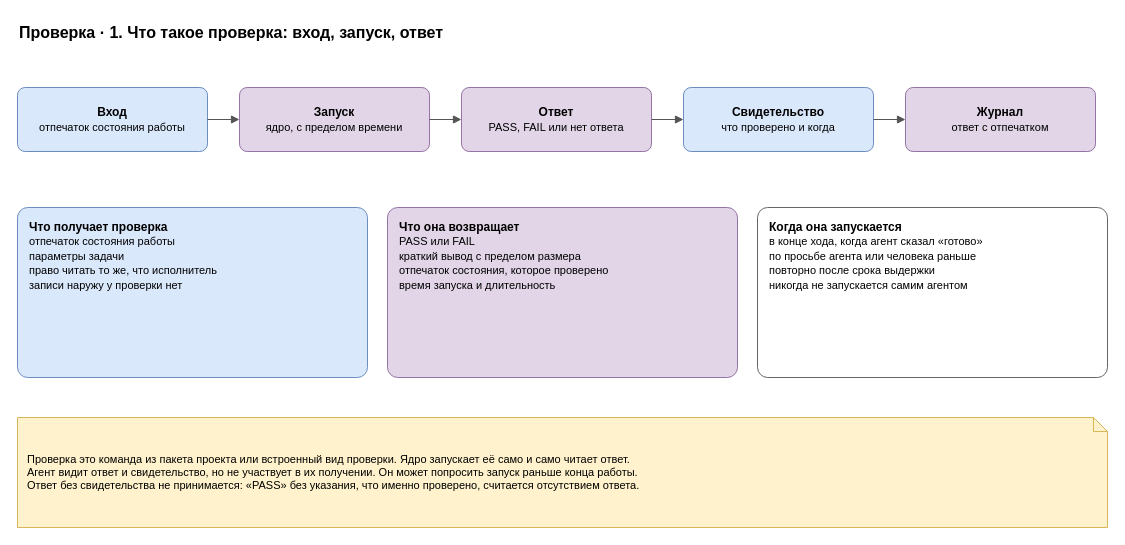
Earlier version of the draw.io diagram page "1. Запуск и ответ" (1 of 5) of docs/spec/harness-check.drawio (roygkov/reins). Source tidied: cells renumbered, new cells numbered last; positions are measured from the earlier drawing's top-left corner, leaving out a move shared by most shapes. Both pictures are drawn from the tidied source at 100%, with x=0, y=0 at pixel (17, 17).
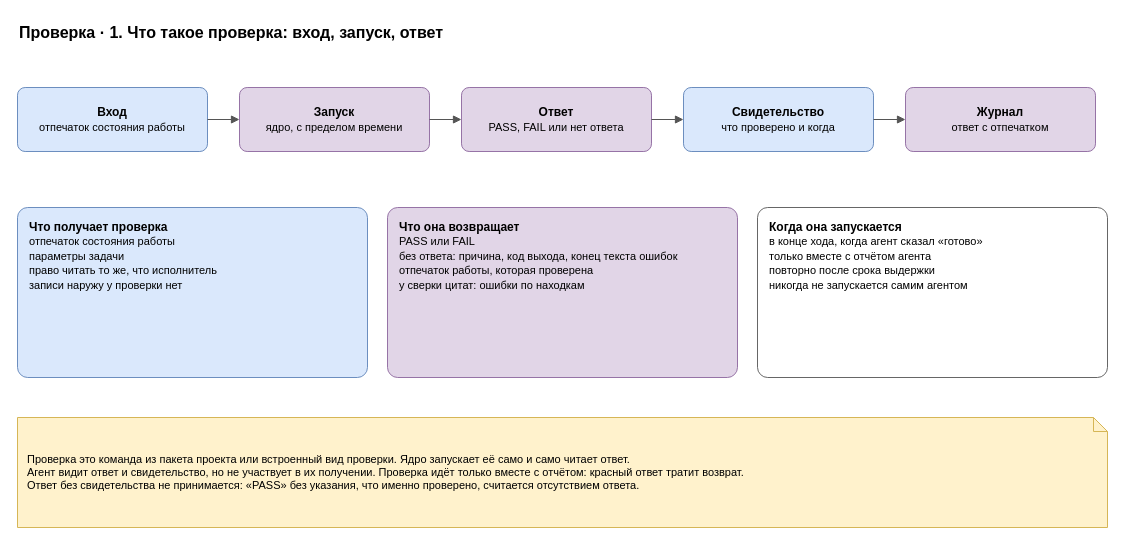
After the change.

The edit, as a diff of the source:
```diff
@@
 <mxGraphModel>
   <root>
     <mxCell id="0" />
     <mxCell id="1" parent="0" />
     <mxCell id="2" value="Проверка · 1. Что такое проверка: вход, запуск, ответ" style="text;html=1;align=left;verticalAlign=middle;whiteSpace=wrap;fontSize=16;strokeColor=none;fillColor=none;fontStyle=1;" parent="1" vertex="1">
       <mxGeometry width="900" height="30" as="geometry" />
     </mxCell>
     <mxCell id="3" value="&lt;b&gt;Вход&lt;/b&gt;&lt;br&gt;&lt;font style=&quot;font-size:11px&quot;&gt;отпечаток состояния работы&lt;/font&gt;" style="rounded=1;whiteSpace=wrap;html=1;fillColor=#dae8fc;strokeColor=#6c8ebf;arcSize=12;" parent="1" vertex="1">
       <mxGeometry y="70" width="190" height="64" as="geometry" />
     </mxCell>
     <mxCell id="4" value="&lt;b&gt;Запуск&lt;/b&gt;&lt;br&gt;&lt;font style=&quot;font-size:11px&quot;&gt;ядро, с пределом времени&lt;/font&gt;" style="rounded=1;whiteSpace=wrap;html=1;fillColor=#e1d5e7;strokeColor=#9673a6;arcSize=12;" parent="1" vertex="1">
       <mxGeometry x="222" y="70" width="190" height="64" as="geometry" />
     </mxCell>
     <mxCell id="5" style="edgeStyle=orthogonalEdgeStyle;rounded=0;html=1;endArrow=block;endFill=1;strokeColor=#555555;fontSize=11;labelBackgroundColor=#ffffff;" parent="1" edge="1" source="3" target="4">
       <mxGeometry relative="1" as="geometry" />
     </mxCell>
     <mxCell id="6" value="&lt;b&gt;Ответ&lt;/b&gt;&lt;br&gt;&lt;font style=&quot;font-size:11px&quot;&gt;PASS, FAIL или нет ответа&lt;/font&gt;" style="rounded=1;whiteSpace=wrap;html=1;fillColor=#e1d5e7;strokeColor=#9673a6;arcSize=12;" parent="1" vertex="1">
       <mxGeometry x="444" y="70" width="190" height="64" as="geometry" />
     </mxCell>
     <mxCell id="7" style="edgeStyle=orthogonalEdgeStyle;rounded=0;html=1;endArrow=block;endFill=1;strokeColor=#555555;fontSize=11;labelBackgroundColor=#ffffff;" parent="1" edge="1" source="4" target="6">
       <mxGeometry relative="1" as="geometry" />
     </mxCell>
     <mxCell id="8" value="&lt;b&gt;Свидетельство&lt;/b&gt;&lt;br&gt;&lt;font style=&quot;font-size:11px&quot;&gt;что проверено и когда&lt;/font&gt;" style="rounded=1;whiteSpace=wrap;html=1;fillColor=#dae8fc;strokeColor=#6c8ebf;arcSize=12;" parent="1" vertex="1">
       <mxGeometry x="666" y="70" width="190" height="64" as="geometry" />
     </mxCell>
     <mxCell id="9" style="edgeStyle=orthogonalEdgeStyle;rounded=0;html=1;endArrow=block;endFill=1;strokeColor=#555555;fontSize=11;labelBackgroundColor=#ffffff;" parent="1" edge="1" source="6" target="8">
       <mxGeometry relative="1" as="geometry" />
     </mxCell>
     <mxCell id="10" value="&lt;b&gt;Журнал&lt;/b&gt;&lt;br&gt;&lt;font style=&quot;font-size:11px&quot;&gt;ответ с отпечатком&lt;/font&gt;" style="rounded=1;whiteSpace=wrap;html=1;fillColor=#e1d5e7;strokeColor=#9673a6;arcSize=12;" parent="1" vertex="1">
       <mxGeometry x="888" y="70" width="190" height="64" as="geometry" />
     </mxCell>
     <mxCell id="11" style="edgeStyle=orthogonalEdgeStyle;rounded=0;html=1;endArrow=block;endFill=1;strokeColor=#555555;fontSize=11;labelBackgroundColor=#ffffff;" parent="1" edge="1" source="8" target="10">
       <mxGeometry relative="1" as="geometry" />
     </mxCell>
     <mxCell id="12" value="&lt;b&gt;Что получает проверка&lt;/b&gt;&lt;br&gt;&lt;font style=&quot;font-size:11px&quot;&gt;отпечаток состояния работы&lt;br&gt;параметры задачи&lt;br&gt;право читать то же, что исполнитель&lt;br&gt;записи наружу у проверки нет&lt;/font&gt;" style="rounded=1;whiteSpace=wrap;html=1;fillColor=#dae8fc;strokeColor=#6c8ebf;arcSize=6;align=left;verticalAlign=top;spacingLeft=10;spacingTop=6;spacingRight=6;" parent="1" vertex="1">
       <mxGeometry y="190" width="350" height="170" as="geometry" />
     </mxCell>
-    <mxCell id="13" value="&lt;b&gt;Что она возвращает&lt;/b&gt;&lt;br&gt;&lt;font style=&quot;font-size:11px&quot;&gt;PASS или FAIL&lt;br&gt;краткий вывод с пределом размера&lt;br&gt;отпечаток состояния, которое проверено&lt;br&gt;время запуска и длительность&lt;/font&gt;" style="rounded=1;whiteSpace=wrap;html=1;fillColor=#e1d5e7;strokeColor=#9673a6;arcSize=6;align=left;verticalAlign=top;spacingLeft=10;spacingTop=6;spacingRight=6;" parent="1" vertex="1">
+    <mxCell id="13" value="&lt;b&gt;Что она возвращает&lt;/b&gt;&lt;br&gt;&lt;font style=&quot;font-size:11px&quot;&gt;PASS или FAIL&lt;br&gt;без ответа: причина, код выхода, конец текста ошибок&lt;br&gt;отпечаток работы, которая проверена&lt;br&gt;у сверки цитат: ошибки по находкам&lt;/font&gt;" style="rounded=1;whiteSpace=wrap;html=1;fillColor=#e1d5e7;strokeColor=#9673a6;arcSize=6;align=left;verticalAlign=top;spacingLeft=10;spacingTop=6;spacingRight=6;" parent="1" vertex="1">
       <mxGeometry x="370" y="190" width="350" height="170" as="geometry" />
     </mxCell>
-    <mxCell id="14" value="&lt;b&gt;Когда она запускается&lt;/b&gt;&lt;br&gt;&lt;font style=&quot;font-size:11px&quot;&gt;в конце хода, когда агент сказал «готово»&lt;br&gt;по просьбе агента или человека раньше&lt;br&gt;повторно после срока выдержки&lt;br&gt;никогда не запускается самим агентом&lt;/font&gt;" style="rounded=1;whiteSpace=wrap;html=1;fillColor=#ffffff;strokeColor=#666666;arcSize=6;align=left;verticalAlign=top;spacingLeft=10;spacingTop=6;spacingRight=6;" parent="1" vertex="1">
+    <mxCell id="14" value="&lt;b&gt;Когда она запускается&lt;/b&gt;&lt;br&gt;&lt;font style=&quot;font-size:11px&quot;&gt;в конце хода, когда агент сказал «готово»&lt;br&gt;только вместе с отчётом агента&lt;br&gt;повторно после срока выдержки&lt;br&gt;никогда не запускается самим агентом&lt;/font&gt;" style="rounded=1;whiteSpace=wrap;html=1;fillColor=#ffffff;strokeColor=#666666;arcSize=6;align=left;verticalAlign=top;spacingLeft=10;spacingTop=6;spacingRight=6;" parent="1" vertex="1">
       <mxGeometry x="740" y="190" width="350" height="170" as="geometry" />
     </mxCell>
-    <mxCell id="15" value="Проверка это команда из пакета проекта или встроенный вид проверки. Ядро запускает её само и само читает ответ.&lt;br&gt;Агент видит ответ и свидетельство, но не участвует в их получении. Он может попросить запуск раньше конца работы.&lt;br&gt;Ответ без свидетельства не принимается: «PASS» без указания, что именно проверено, считается отсутствием ответа." style="shape=note;whiteSpace=wrap;html=1;backgroundOutline=1;size=14;fillColor=#fff2cc;strokeColor=#d6b656;align=left;spacingLeft=8;spacingRight=8;fontSize=11;" parent="1" vertex="1">
+    <mxCell id="15" value="Проверка это команда из пакета проекта или встроенный вид проверки. Ядро запускает её само и само читает ответ.&lt;br&gt;Агент видит ответ и свидетельство, но не участвует в их получении. Проверка идёт только вместе с отчётом: красный ответ тратит возврат.&lt;br&gt;Ответ без свидетельства не принимается: «PASS» без указания, что именно проверено, считается отсутствием ответа." style="shape=note;whiteSpace=wrap;html=1;backgroundOutline=1;size=14;fillColor=#fff2cc;strokeColor=#d6b656;align=left;spacingLeft=8;spacingRight=8;fontSize=11;" parent="1" vertex="1">
       <mxGeometry y="400" width="1090" height="110" as="geometry" />
     </mxCell>
   </root>
 </mxGraphModel>
```
